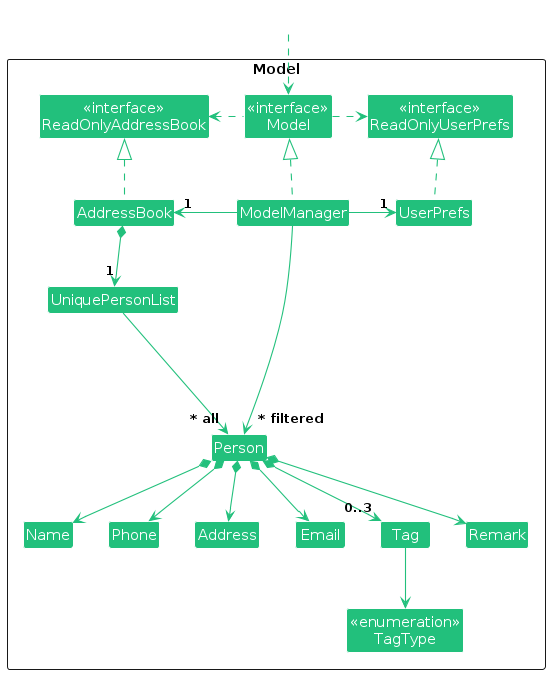
The PlantUML diagram diagrams/ModelClassDiagram.png in AY2526S2-CS2103T-T15-1/tp, before a commit. Its source is kept beside it as diagrams/ModelClassDiagram.puml.
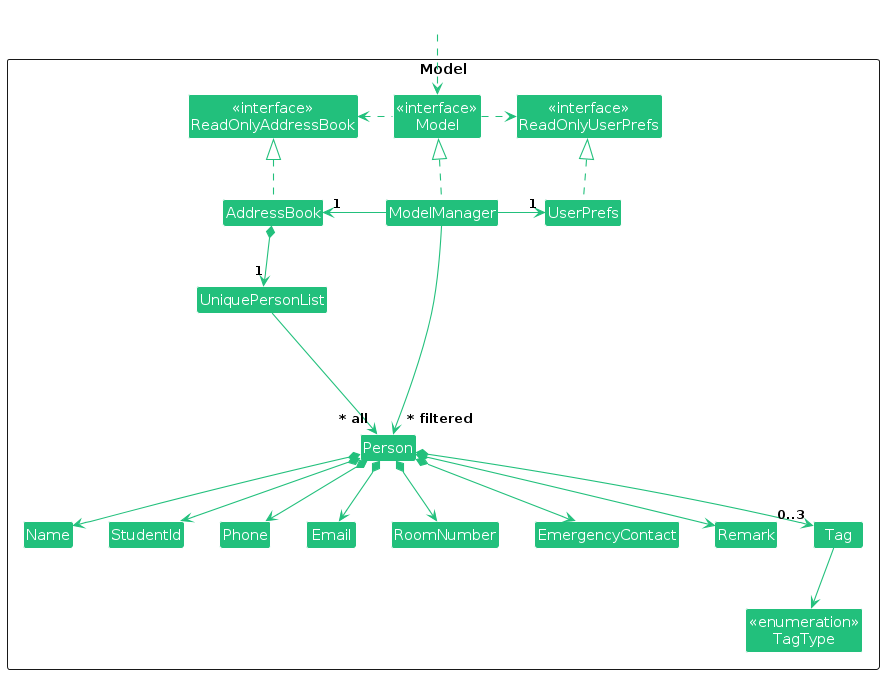
The same file after the commit.

The edit, as a diff of the source:
```diff
@@ -15,10 +15,13 @@
 
 Class UniquePersonList
 Class Person
-Class Address
 Class Email
+Class EmergencyContact
 Class Name
 Class Phone
+Class Remark
+Class RoomNumber
+Class StudentId
 Class Tag
 class Remark
 
@@ -41,9 +44,11 @@
 AddressBook *--> "1" UniquePersonList
 UniquePersonList --> "~* all" Person
 Person *--> Name
+Person *--> StudentId
 Person *--> Phone
 Person *--> Email
-Person *--> Address
+Person *--> RoomNumber
+Person *--> EmergencyContact
 Person *--> Remark
 Person *--> "0..3" Tag
 Tag --> TagType
@@ -51,9 +56,10 @@
 Person -[hidden]up--> I
 UniquePersonList -[hidden]right-> I
 
-Name -[hidden]right-> Phone
-Phone -[hidden]right-> Address
-Address -[hidden]right-> Email
+Name -[hidden]right-> StudentId
+StudentId -[hidden]right-> Phone
+Phone -[hidden]right-> Email
+Email -[hidden]right-> RoomNumber
 
 ModelManager --> "~* filtered" Person
 @enduml
```
